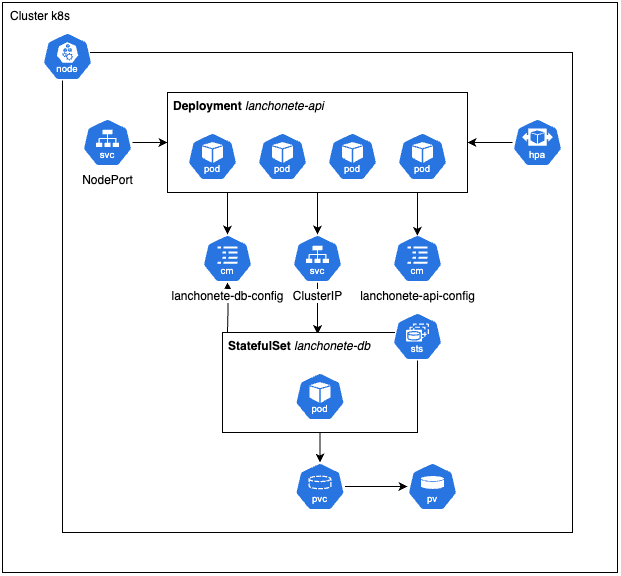
The draw.io diagram diagrams/k8s-architecture.png in FIAP-8SOAT-G6/tech-challenge-lanchonete, before a commit. Source tidied: cells renumbered, new cells last; positions are measured from the earlier drawing's top-left corner, leaving out a move shared by most shapes.
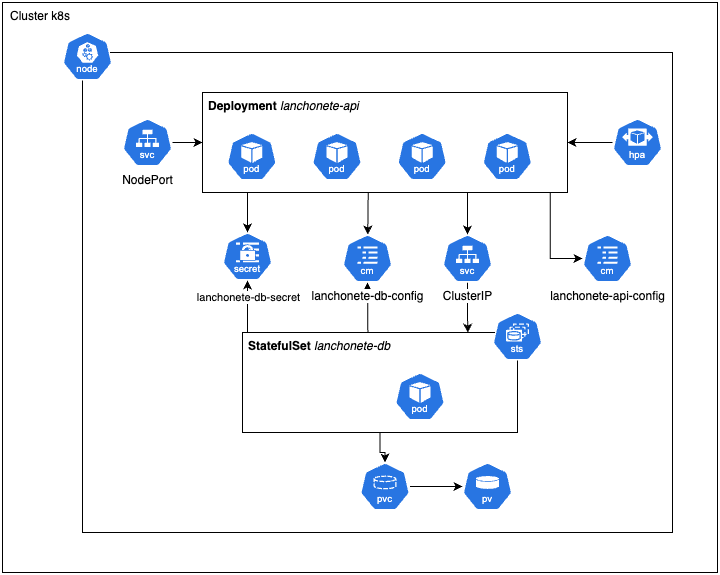
After the change.

The edit, as a diff of the source:
```diff
@@ -2,109 +2,108 @@
   <root>
     <mxCell id="0" />
     <mxCell id="1" parent="0" />
-    <mxCell id="2" style="group;" parent="1" vertex="1">
-      <mxGeometry x="40" y="30" width="575" height="540" as="geometry" />
-    </mxCell>
-    <mxCell id="3" value="Cluster k8s" style="rounded=0;whiteSpace=wrap;html=1;verticalAlign=top;align=left;spacingTop=0;spacingLeft=6;" parent="2" vertex="1">
-      <mxGeometry x="-40" y="-30" width="615" height="570" as="geometry" />
+    <mxCell id="3" value="Cluster k8s" style="rounded=0;whiteSpace=wrap;html=1;verticalAlign=top;align=left;spacingTop=0;spacingLeft=6;" parent="1" vertex="1">
+      <mxGeometry x="-100" width="715" height="570" as="geometry" />
     </mxCell>
-    <mxCell id="4" style="rounded=0;whiteSpace=wrap;html=1;" parent="2" vertex="1">
-      <mxGeometry x="20" y="20" width="510" height="480" as="geometry" />
+    <mxCell id="4" style="rounded=0;whiteSpace=wrap;html=1;" parent="1" vertex="1">
+      <mxGeometry x="-20" y="50" width="590" height="480" as="geometry" />
     </mxCell>
-    <mxCell id="5" style="edgeStyle=orthogonalEdgeStyle;rounded=0;jettySize=auto;html=1;" parent="2" edge="1" source="6" target="8">
+    <mxCell id="5" style="edgeStyle=orthogonalEdgeStyle;rounded=0;jettySize=auto;html=1;" parent="1" edge="1" source="6" target="8">
       <mxGeometry relative="1" as="geometry" />
     </mxCell>
-    <mxCell id="6" style="sketch=0;html=1;dashed=0;whitespace=wrap;verticalLabelPosition=bottom;verticalAlign=top;fillColor=#2875E2;strokeColor=#ffffff;points=[[0.005,0.63,0],[0.1,0.2,0],[0.9,0.2,0],[0.5,0,0],[0.995,0.63,0],[0.72,0.99,0],[0.5,1,0],[0.28,0.99,0]];shape=mxgraph.kubernetes.icon2;kubernetesLabel=1;prIcon=hpa;" parent="2" vertex="1">
-      <mxGeometry x="470" y="86" width="50" height="48" as="geometry" />
+    <mxCell id="6" style="sketch=0;html=1;dashed=0;whitespace=wrap;verticalLabelPosition=bottom;verticalAlign=top;fillColor=#2875E2;strokeColor=#ffffff;points=[[0.005,0.63,0],[0.1,0.2,0],[0.9,0.2,0],[0.5,0,0],[0.995,0.63,0],[0.72,0.99,0],[0.5,1,0],[0.28,0.99,0]];shape=mxgraph.kubernetes.icon2;kubernetesLabel=1;prIcon=hpa;" parent="1" vertex="1">
+      <mxGeometry x="510" y="116" width="50" height="48" as="geometry" />
     </mxCell>
-    <mxCell id="7" style="group;" parent="2" vertex="1">
-      <mxGeometry x="125" y="60" width="450" height="480" as="geometry" />
-    </mxCell>
-    <mxCell id="8" value="&lt;b&gt;Deployment&lt;/b&gt; &lt;i&gt;lanchonete-api&lt;/i&gt;" style="rounded=0;whiteSpace=wrap;html=1;verticalAlign=top;align=left;spacingLeft=4;" parent="7" vertex="1">
-      <mxGeometry width="300" height="100" as="geometry" />
-    </mxCell>
-    <mxCell id="9" style="sketch=0;html=1;dashed=0;whitespace=wrap;verticalLabelPosition=bottom;verticalAlign=top;fillColor=#2875E2;strokeColor=#ffffff;shape=mxgraph.kubernetes.icon2;kubernetesLabel=1;prIcon=pod;" parent="7" vertex="1">
-      <mxGeometry x="90" y="40" width="50" height="48" as="geometry" />
-    </mxCell>
-    <mxCell id="10" style="sketch=0;html=1;dashed=0;whitespace=wrap;verticalLabelPosition=bottom;verticalAlign=top;fillColor=#2875E2;strokeColor=#ffffff;shape=mxgraph.kubernetes.icon2;kubernetesLabel=1;prIcon=pod;" parent="7" vertex="1">
-      <mxGeometry x="20" y="40" width="50" height="48" as="geometry" />
-    </mxCell>
-    <mxCell id="11" style="sketch=0;html=1;dashed=0;whitespace=wrap;verticalLabelPosition=bottom;verticalAlign=top;fillColor=#2875E2;strokeColor=#ffffff;shape=mxgraph.kubernetes.icon2;kubernetesLabel=1;prIcon=pod;" parent="7" vertex="1">
-      <mxGeometry x="160" y="40" width="50" height="48" as="geometry" />
-    </mxCell>
-    <mxCell id="12" style="sketch=0;html=1;dashed=0;whitespace=wrap;verticalLabelPosition=bottom;verticalAlign=top;fillColor=#2875E2;strokeColor=#ffffff;shape=mxgraph.kubernetes.icon2;kubernetesLabel=1;prIcon=pod;" parent="7" vertex="1">
-      <mxGeometry x="230" y="40" width="50" height="48" as="geometry" />
-    </mxCell>
-    <mxCell id="13" style="sketch=0;html=1;dashed=0;whitespace=wrap;verticalLabelPosition=bottom;verticalAlign=top;fillColor=#2875E2;strokeColor=#ffffff;shape=mxgraph.kubernetes.icon2;kubernetesLabel=1;prIcon=node;" parent="2" vertex="1">
-      <mxGeometry width="50" height="48" as="geometry" />
+    <mxCell id="13" style="sketch=0;html=1;dashed=0;whitespace=wrap;verticalLabelPosition=bottom;verticalAlign=top;fillColor=#2875E2;strokeColor=#ffffff;shape=mxgraph.kubernetes.icon2;kubernetesLabel=1;prIcon=node;" parent="1" vertex="1">
+      <mxGeometry x="-40" y="30" width="50" height="48" as="geometry" />
     </mxCell>
-    <mxCell id="14" style="edgeStyle=orthogonalEdgeStyle;rounded=0;jettySize=auto;html=1;entryX=0;entryY=0.5;entryDx=0;entryDy=0;" parent="2" edge="1" source="15" target="8">
+    <mxCell id="14" style="edgeStyle=orthogonalEdgeStyle;rounded=0;jettySize=auto;html=1;entryX=0;entryY=0.5;entryDx=0;entryDy=0;" parent="1" edge="1" source="15" target="8">
       <mxGeometry relative="1" as="geometry" />
     </mxCell>
-    <mxCell id="15" value="NodePort" style="sketch=0;html=1;dashed=0;whitespace=wrap;verticalLabelPosition=bottom;verticalAlign=top;fillColor=#2875E2;strokeColor=#ffffff;points=[[0.005,0.63,0],[0.1,0.2,0],[0.9,0.2,0],[0.5,0,0],[0.995,0.63,0],[0.72,0.99,0],[0.5,1,0],[0.28,0.99,0]];shape=mxgraph.kubernetes.icon2;kubernetesLabel=1;prIcon=svc;" parent="2" vertex="1">
-      <mxGeometry x="40" y="86" width="50" height="48" as="geometry" />
+    <mxCell id="15" value="NodePort" style="sketch=0;html=1;dashed=0;whitespace=wrap;verticalLabelPosition=bottom;verticalAlign=top;fillColor=#2875E2;strokeColor=#ffffff;points=[[0.005,0.63,0],[0.1,0.2,0],[0.9,0.2,0],[0.5,0,0],[0.995,0.63,0],[0.72,0.99,0],[0.5,1,0],[0.28,0.99,0]];shape=mxgraph.kubernetes.icon2;kubernetesLabel=1;prIcon=svc;" parent="1" vertex="1">
+      <mxGeometry x="20" y="116" width="50" height="48" as="geometry" />
     </mxCell>
-    <mxCell id="16" style="edgeStyle=orthogonalEdgeStyle;rounded=0;jettySize=auto;html=1;entryX=0.488;entryY=0.016;entryDx=0;entryDy=0;entryPerimeter=0;" parent="2" edge="1" source="17" target="22">
+    <mxCell id="16" style="edgeStyle=orthogonalEdgeStyle;rounded=0;jettySize=auto;html=1;entryX=0.819;entryY=0.002;entryDx=0;entryDy=0;entryPerimeter=0;" parent="1" edge="1" source="17" target="22">
       <mxGeometry relative="1" as="geometry" />
     </mxCell>
-    <mxCell id="17" value="&lt;span style=&quot;background-color: rgb(255, 255, 255);&quot;&gt;ClusterIP&lt;/span&gt;" style="sketch=0;html=1;dashed=0;whitespace=wrap;verticalLabelPosition=bottom;verticalAlign=top;fillColor=#2875E2;strokeColor=#ffffff;points=[[0.005,0.63,0],[0.1,0.2,0],[0.9,0.2,0],[0.5,0,0],[0.995,0.63,0],[0.72,0.99,0],[0.5,1,0],[0.28,0.99,0]];shape=mxgraph.kubernetes.icon2;kubernetesLabel=1;prIcon=svc;" parent="2" vertex="1">
-      <mxGeometry x="250" y="202" width="50" height="48" as="geometry" />
+    <mxCell id="17" value="&lt;span style=&quot;background-color: rgb(255, 255, 255);&quot;&gt;ClusterIP&lt;/span&gt;" style="sketch=0;html=1;dashed=0;whitespace=wrap;verticalLabelPosition=bottom;verticalAlign=top;fillColor=#2875E2;strokeColor=#ffffff;points=[[0.005,0.63,0],[0.1,0.2,0],[0.9,0.2,0],[0.5,0,0],[0.995,0.63,0],[0.72,0.99,0],[0.5,1,0],[0.28,0.99,0]];shape=mxgraph.kubernetes.icon2;kubernetesLabel=1;prIcon=svc;" parent="1" vertex="1">
+      <mxGeometry x="340" y="232" width="50" height="48" as="geometry" />
     </mxCell>
-    <mxCell id="18" style="sketch=0;html=1;dashed=0;whitespace=wrap;verticalLabelPosition=bottom;verticalAlign=top;fillColor=#2875E2;strokeColor=#ffffff;points=[[0.005,0.63,0],[0.1,0.2,0],[0.9,0.2,0],[0.5,0,0],[0.995,0.63,0],[0.72,0.99,0],[0.5,1,0],[0.28,0.99,0]];shape=mxgraph.kubernetes.icon2;kubernetesLabel=1;prIcon=pv;" parent="2" vertex="1">
-      <mxGeometry x="365" y="430" width="50" height="48" as="geometry" />
+    <mxCell id="18" style="sketch=0;html=1;dashed=0;whitespace=wrap;verticalLabelPosition=bottom;verticalAlign=top;fillColor=#2875E2;strokeColor=#ffffff;points=[[0.005,0.63,0],[0.1,0.2,0],[0.9,0.2,0],[0.5,0,0],[0.995,0.63,0],[0.72,0.99,0],[0.5,1,0],[0.28,0.99,0]];shape=mxgraph.kubernetes.icon2;kubernetesLabel=1;prIcon=pv;" parent="1" vertex="1">
+      <mxGeometry x="360" y="460" width="50" height="48" as="geometry" />
     </mxCell>
-    <mxCell id="19" style="sketch=0;html=1;dashed=0;whitespace=wrap;verticalLabelPosition=bottom;verticalAlign=top;fillColor=#2875E2;strokeColor=#ffffff;points=[[0.005,0.63,0],[0.1,0.2,0],[0.9,0.2,0],[0.5,0,0],[0.995,0.63,0],[0.72,0.99,0],[0.5,1,0],[0.28,0.99,0]];shape=mxgraph.kubernetes.icon2;kubernetesLabel=1;prIcon=pvc;" parent="2" vertex="1">
-      <mxGeometry x="252.5" y="430" width="50" height="48" as="geometry" />
+    <mxCell id="19" style="sketch=0;html=1;dashed=0;whitespace=wrap;verticalLabelPosition=bottom;verticalAlign=top;fillColor=#2875E2;strokeColor=#ffffff;points=[[0.005,0.63,0],[0.1,0.2,0],[0.9,0.2,0],[0.5,0,0],[0.995,0.63,0],[0.72,0.99,0],[0.5,1,0],[0.28,0.99,0]];shape=mxgraph.kubernetes.icon2;kubernetesLabel=1;prIcon=pvc;" parent="1" vertex="1">
+      <mxGeometry x="257.5" y="460" width="50" height="48" as="geometry" />
     </mxCell>
-    <mxCell id="20" style="edgeStyle=orthogonalEdgeStyle;rounded=0;jettySize=auto;html=1;entryX=0.5;entryY=0;entryDx=0;entryDy=0;entryPerimeter=0;" parent="2" edge="1" source="8" target="17">
+    <mxCell id="20" style="edgeStyle=orthogonalEdgeStyle;rounded=0;jettySize=auto;html=1;entryX=0.5;entryY=0;entryDx=0;entryDy=0;entryPerimeter=0;exitX=0.726;exitY=0.988;exitDx=0;exitDy=0;exitPerimeter=0;" parent="1" edge="1" source="8" target="17">
       <mxGeometry relative="1" as="geometry" />
     </mxCell>
-    <mxCell id="21" style="group;" parent="2" vertex="1">
-      <mxGeometry x="180" y="280" width="220" height="120" as="geometry" />
-    </mxCell>
-    <mxCell id="22" value="&lt;b&gt;StatefulSet&lt;/b&gt;&amp;nbsp;&lt;i&gt;lanchonete-db&lt;/i&gt;" style="rounded=0;whiteSpace=wrap;html=1;verticalAlign=top;align=left;spacingLeft=4;" parent="21" vertex="1">
-      <mxGeometry y="20" width="195" height="100" as="geometry" />
-    </mxCell>
-    <mxCell id="23" style="sketch=0;html=1;dashed=0;whitespace=wrap;verticalLabelPosition=bottom;verticalAlign=top;fillColor=#2875E2;strokeColor=#ffffff;shape=mxgraph.kubernetes.icon2;kubernetesLabel=1;prIcon=sts;" parent="21" vertex="1">
-      <mxGeometry x="170" width="50" height="48" as="geometry" />
-    </mxCell>
-    <mxCell id="24" style="sketch=0;html=1;dashed=0;whitespace=wrap;verticalLabelPosition=bottom;verticalAlign=top;fillColor=#2875E2;strokeColor=#ffffff;shape=mxgraph.kubernetes.icon2;kubernetesLabel=1;prIcon=pod;" parent="21" vertex="1">
-      <mxGeometry x="72.5" y="60" width="50" height="48" as="geometry" />
-    </mxCell>
-    <mxCell id="25" style="edgeStyle=orthogonalEdgeStyle;rounded=0;jettySize=auto;html=1;entryX=0.5;entryY=0;entryDx=0;entryDy=0;entryPerimeter=0;" parent="2" edge="1" source="22" target="19">
+    <mxCell id="25" style="edgeStyle=orthogonalEdgeStyle;rounded=0;jettySize=auto;html=1;entryX=0.5;entryY=0;entryDx=0;entryDy=0;entryPerimeter=0;" parent="1" edge="1" source="22" target="19">
       <mxGeometry relative="1" as="geometry" />
     </mxCell>
-    <mxCell id="26" style="edgeStyle=orthogonalEdgeStyle;rounded=0;jettySize=auto;html=1;" parent="2" edge="1" source="19" target="18">
+    <mxCell id="26" style="edgeStyle=orthogonalEdgeStyle;rounded=0;jettySize=auto;html=1;" parent="1" edge="1" source="19" target="18">
       <mxGeometry relative="1" as="geometry" />
     </mxCell>
-    <mxCell id="27" value="lanchonete-api-config" style="sketch=0;html=1;dashed=0;whitespace=wrap;verticalLabelPosition=bottom;verticalAlign=top;fillColor=#2875E2;strokeColor=#ffffff;points=[[0.005,0.63,0],[0.1,0.2,0],[0.9,0.2,0],[0.5,0,0],[0.995,0.63,0],[0.72,0.99,0],[0.5,1,0],[0.28,0.99,0]];shape=mxgraph.kubernetes.icon2;kubernetesLabel=1;prIcon=cm;" parent="2" vertex="1">
-      <mxGeometry x="350" y="202" width="50" height="48" as="geometry" />
+    <mxCell id="27" value="lanchonete-api-config" style="sketch=0;html=1;dashed=0;whitespace=wrap;verticalLabelPosition=bottom;verticalAlign=top;fillColor=#2875E2;strokeColor=#ffffff;points=[[0.005,0.63,0],[0.1,0.2,0],[0.9,0.2,0],[0.5,0,0],[0.995,0.63,0],[0.72,0.99,0],[0.5,1,0],[0.28,0.99,0]];shape=mxgraph.kubernetes.icon2;kubernetesLabel=1;prIcon=cm;" parent="1" vertex="1">
+      <mxGeometry x="480" y="232" width="50" height="48" as="geometry" />
     </mxCell>
-    <mxCell id="28" style="edgeStyle=orthogonalEdgeStyle;rounded=0;jettySize=auto;html=1;" parent="2" edge="1" target="29">
-      <mxGeometry relative="1" as="geometry">
-        <mxPoint x="185" y="300" as="sourcePoint" />
-      </mxGeometry>
+    <mxCell id="28" style="rounded=0;jettySize=auto;html=1;entryX=0.5;entryY=1;entryDx=0;entryDy=0;entryPerimeter=0;exitX=0.456;exitY=-0.002;exitDx=0;exitDy=0;exitPerimeter=0;" parent="1" edge="1" source="22" target="29">
+      <mxGeometry relative="1" as="geometry" />
     </mxCell>
-    <mxCell id="29" value="&lt;span style=&quot;&quot;&gt;lanchonete-db-config&lt;/span&gt;" style="sketch=0;html=1;dashed=0;whitespace=wrap;verticalLabelPosition=bottom;verticalAlign=top;fillColor=#2875E2;strokeColor=#ffffff;points=[[0.005,0.63,0],[0.1,0.2,0],[0.9,0.2,0],[0.5,0,0],[0.995,0.63,0],[0.72,0.99,0],[0.5,1,0],[0.28,0.99,0]];shape=mxgraph.kubernetes.icon2;kubernetesLabel=1;prIcon=cm;labelBackgroundColor=default;fontColor=default;" parent="2" vertex="1">
-      <mxGeometry x="160" y="202" width="50" height="48" as="geometry" />
+    <mxCell id="29" value="&lt;span style=&quot;&quot;&gt;lanchonete-db-config&lt;/span&gt;" style="sketch=0;html=1;dashed=0;whitespace=wrap;verticalLabelPosition=bottom;verticalAlign=top;fillColor=#2875E2;strokeColor=#ffffff;points=[[0.005,0.63,0],[0.1,0.2,0],[0.9,0.2,0],[0.5,0,0],[0.995,0.63,0],[0.72,0.99,0],[0.5,1,0],[0.28,0.99,0]];shape=mxgraph.kubernetes.icon2;kubernetesLabel=1;prIcon=cm;labelBackgroundColor=default;fontColor=default;" parent="1" vertex="1">
+      <mxGeometry x="240" y="232" width="50" height="48" as="geometry" />
     </mxCell>
-    <mxCell id="30" style="edgeStyle=orthogonalEdgeStyle;rounded=0;jettySize=auto;html=1;entryX=0.5;entryY=0;entryDx=0;entryDy=0;entryPerimeter=0;" parent="2" edge="1" target="29">
-      <mxGeometry relative="1" as="geometry">
-        <mxPoint x="185" y="160" as="sourcePoint" />
-        <Array as="points">
-          <mxPoint x="185" y="180" />
-          <mxPoint x="185" y="180" />
-        </Array>
-      </mxGeometry>
-    </mxCell>
-    <mxCell id="31" style="edgeStyle=orthogonalEdgeStyle;rounded=0;jettySize=auto;html=1;entryX=0.499;entryY=0.028;entryDx=0;entryDy=0;entryPerimeter=0;" parent="2" edge="1" target="27">
+    <mxCell id="31" style="edgeStyle=orthogonalEdgeStyle;rounded=0;jettySize=auto;html=1;exitX=0.953;exitY=0.992;exitDx=0;exitDy=0;exitPerimeter=0;" parent="1" edge="1" source="8" target="27">
       <mxGeometry relative="1" as="geometry">
-        <mxPoint x="375" y="160" as="sourcePoint" />
         <Array as="points">
-          <mxPoint x="375" y="180" />
-          <mxPoint x="375" y="180" />
+          <mxPoint x="448" y="256" />
         </Array>
       </mxGeometry>
     </mxCell>
+    <mxCell id="32" value="&lt;div&gt;&lt;br&gt;&lt;/div&gt;&lt;div&gt;&lt;br&gt;&lt;/div&gt;" style="sketch=0;html=1;dashed=0;whitespace=wrap;verticalLabelPosition=bottom;verticalAlign=top;fillColor=#2875E2;strokeColor=#ffffff;points=[[0.005,0.63,0],[0.1,0.2,0],[0.9,0.2,0],[0.5,0,0],[0.995,0.63,0],[0.72,0.99,0],[0.5,1,0],[0.28,0.99,0]];shape=mxgraph.kubernetes.icon2;kubernetesLabel=1;prIcon=secret;" parent="1" vertex="1">
+      <mxGeometry x="120" y="230" width="50" height="48" as="geometry" />
+    </mxCell>
+    <mxCell id="33" style="group;" parent="1" vertex="1">
+      <mxGeometry x="100" y="90" width="365" height="100" as="geometry" />
+    </mxCell>
+    <mxCell id="8" value="&lt;b&gt;Deployment&lt;/b&gt; &lt;i&gt;lanchonete-api&lt;/i&gt;" style="rounded=0;whiteSpace=wrap;html=1;verticalAlign=top;align=left;spacingLeft=4;" parent="33" vertex="1">
+      <mxGeometry width="365" height="100" as="geometry" />
+    </mxCell>
+    <mxCell id="9" style="sketch=0;html=1;dashed=0;whitespace=wrap;verticalLabelPosition=bottom;verticalAlign=top;fillColor=#2875E2;strokeColor=#ffffff;shape=mxgraph.kubernetes.icon2;kubernetesLabel=1;prIcon=pod;" parent="33" vertex="1">
+      <mxGeometry x="109.5" y="40" width="50" height="48" as="geometry" />
+    </mxCell>
+    <mxCell id="10" style="sketch=0;html=1;dashed=0;whitespace=wrap;verticalLabelPosition=bottom;verticalAlign=top;fillColor=#2875E2;strokeColor=#ffffff;shape=mxgraph.kubernetes.icon2;kubernetesLabel=1;prIcon=pod;" parent="33" vertex="1">
+      <mxGeometry x="24.3" y="40" width="50" height="48" as="geometry" />
+    </mxCell>
+    <mxCell id="11" style="sketch=0;html=1;dashed=0;whitespace=wrap;verticalLabelPosition=bottom;verticalAlign=top;fillColor=#2875E2;strokeColor=#ffffff;shape=mxgraph.kubernetes.icon2;kubernetesLabel=1;prIcon=pod;" parent="33" vertex="1">
+      <mxGeometry x="194.7" y="40" width="50" height="48" as="geometry" />
+    </mxCell>
+    <mxCell id="12" style="sketch=0;html=1;dashed=0;whitespace=wrap;verticalLabelPosition=bottom;verticalAlign=top;fillColor=#2875E2;strokeColor=#ffffff;shape=mxgraph.kubernetes.icon2;kubernetesLabel=1;prIcon=pod;" parent="33" vertex="1">
+      <mxGeometry x="279.8" y="40" width="50" height="48" as="geometry" />
+    </mxCell>
+    <mxCell id="34" style="group;" parent="1" vertex="1">
+      <mxGeometry x="220" y="310" width="220" height="120" as="geometry" />
+    </mxCell>
+    <mxCell id="22" value="&lt;b&gt;StatefulSet&lt;/b&gt;&amp;nbsp;&lt;i&gt;lanchonete-db&lt;/i&gt;" style="rounded=0;whiteSpace=wrap;html=1;verticalAlign=top;align=left;spacingLeft=4;" parent="34" vertex="1">
+      <mxGeometry x="-80" y="20" width="275" height="100" as="geometry" />
+    </mxCell>
+    <mxCell id="23" style="sketch=0;html=1;dashed=0;whitespace=wrap;verticalLabelPosition=bottom;verticalAlign=top;fillColor=#2875E2;strokeColor=#ffffff;shape=mxgraph.kubernetes.icon2;kubernetesLabel=1;prIcon=sts;" parent="34" vertex="1">
+      <mxGeometry x="170" width="50" height="48" as="geometry" />
+    </mxCell>
+    <mxCell id="24" style="sketch=0;html=1;dashed=0;whitespace=wrap;verticalLabelPosition=bottom;verticalAlign=top;fillColor=#2875E2;strokeColor=#ffffff;shape=mxgraph.kubernetes.icon2;kubernetesLabel=1;prIcon=pod;" parent="34" vertex="1">
+      <mxGeometry x="72.5" y="60" width="50" height="48" as="geometry" />
+    </mxCell>
+    <mxCell id="35" style="edgeStyle=orthogonalEdgeStyle;rounded=0;jettySize=auto;html=1;entryX=0.5;entryY=0;entryDx=0;entryDy=0;entryPerimeter=0;exitX=0.123;exitY=0.997;exitDx=0;exitDy=0;exitPerimeter=0;" parent="1" edge="1" source="8" target="32">
+      <mxGeometry relative="1" as="geometry" />
+    </mxCell>
+    <mxCell id="36" style="rounded=0;jettySize=auto;html=1;exitX=0.454;exitY=1.001;exitDx=0;exitDy=0;exitPerimeter=0;" parent="1" edge="1" source="8" target="29">
+      <mxGeometry relative="1" as="geometry" />
+    </mxCell>
+    <mxCell id="37" style="edgeStyle=orthogonalEdgeStyle;rounded=0;jettySize=auto;html=1;labelBackgroundColor=#FFFFFF;exitX=0.018;exitY=-0.003;exitDx=0;exitDy=0;exitPerimeter=0;" parent="1" edge="1" source="22" target="32">
+      <mxGeometry relative="1" as="geometry" />
+    </mxCell>
+    <mxCell id="38" value="lanchonete-db-secret" style="edgeLabel;html=1;align=center;verticalAlign=middle;" parent="37" vertex="1">
+      <mxGeometry x="0.34" y="-1" relative="1" as="geometry" />
+    </mxCell>
   </root>
 </mxGraphModel>
```
